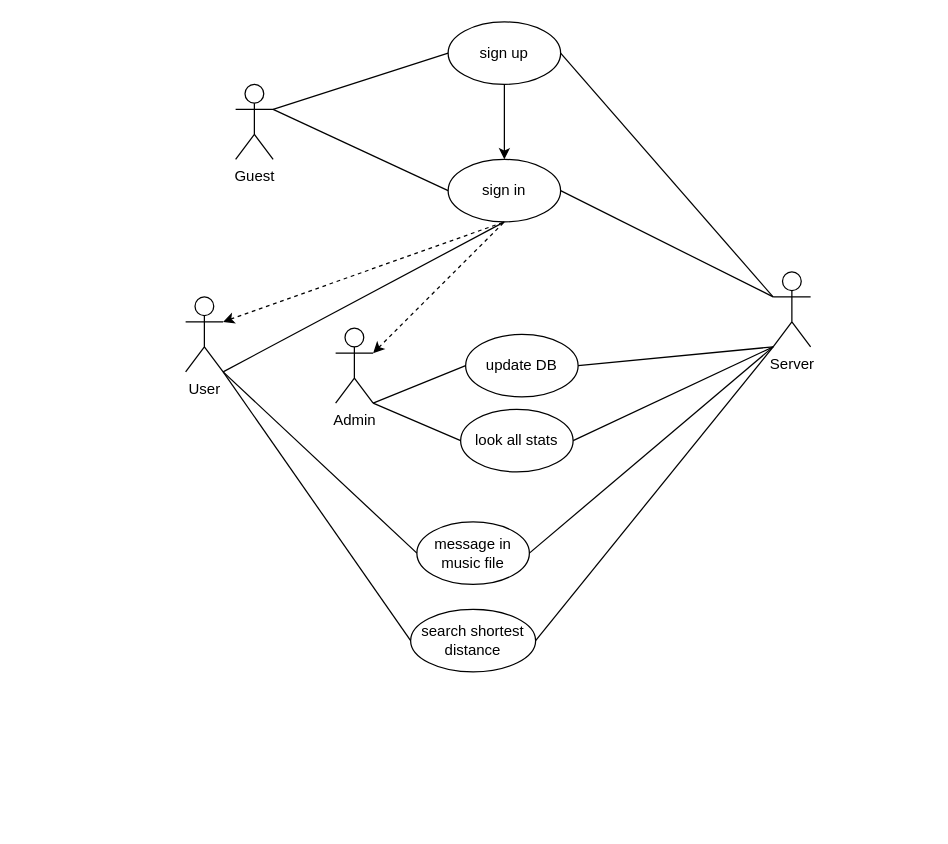
Before: UseCase_diagram.drawio in DenisMartyanov01/TaMP, a draw.io diagram. Source tidied: cells renumbered, new cells numbered last; positions are measured from the earlier drawing's top-left corner, leaving out a move shared by most shapes. Both pictures are drawn from the tidied source at 125%, with x=0, y=0 at pixel (185, 21).
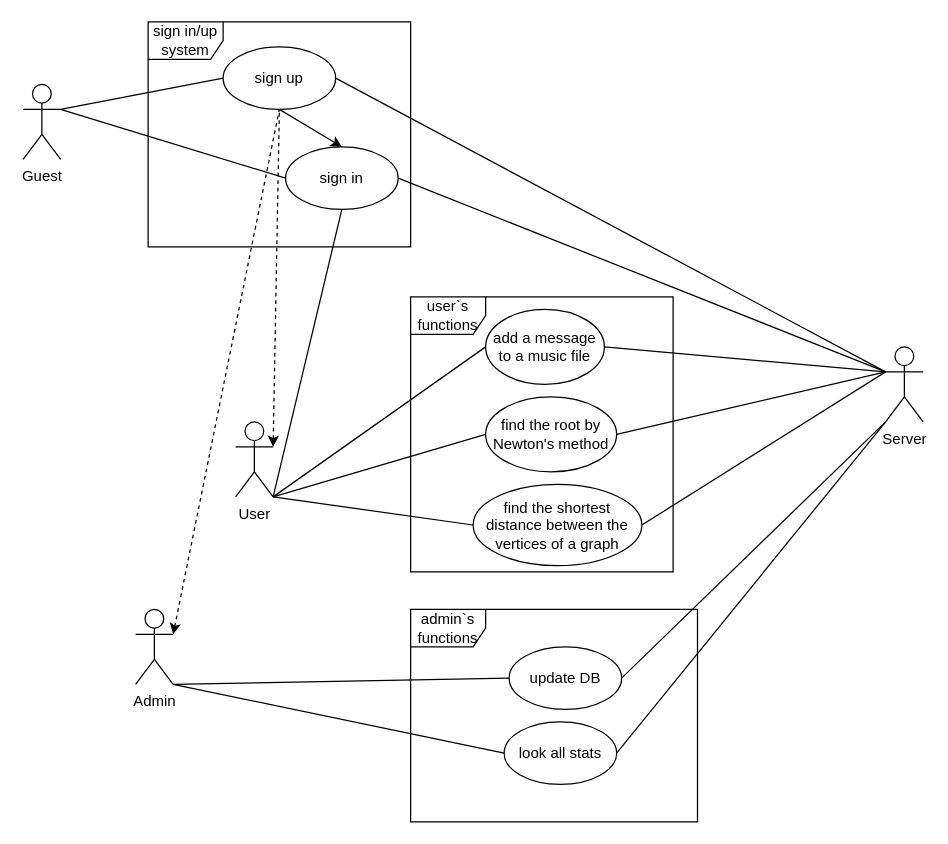
The same page after the edit.

Diff of the diagram source:
```diff
@@
     <mxCell id="2" value="Guest" style="shape=umlActor;verticalLabelPosition=bottom;verticalAlign=top;html=1;outlineConnect=0;" parent="1" vertex="1">
-      <mxGeometry x="40" y="50" width="30" height="60" as="geometry" />
+      <mxGeometry x="-130" y="50" width="30" height="60" as="geometry" />
     </mxCell>
     <mxCell id="3" value="User" style="shape=umlActor;verticalLabelPosition=bottom;verticalAlign=top;html=1;outlineConnect=0;" parent="1" vertex="1">
-      <mxGeometry y="220" width="30" height="60" as="geometry" />
+      <mxGeometry x="40" y="320" width="30" height="60" as="geometry" />
     </mxCell>
     <mxCell id="4" value="Admin" style="shape=umlActor;verticalLabelPosition=bottom;verticalAlign=top;html=1;outlineConnect=0;" parent="1" vertex="1">
-      <mxGeometry x="120" y="245" width="30" height="60" as="geometry" />
+      <mxGeometry x="-40" y="470" width="30" height="60" as="geometry" />
     </mxCell>
     <mxCell id="5" value="sign in" style="ellipse;whiteSpace=wrap;html=1;" parent="1" vertex="1">
-      <mxGeometry x="210" y="110" width="90" height="50" as="geometry" />
+      <mxGeometry x="80" y="100" width="90" height="50" as="geometry" />
     </mxCell>
     <mxCell id="6" value="sign up" style="ellipse;whiteSpace=wrap;html=1;" parent="1" vertex="1">
-      <mxGeometry x="210" width="90" height="50" as="geometry" />
+      <mxGeometry x="30" y="20" width="90" height="50" as="geometry" />
     </mxCell>
     <mxCell id="7" value="Server" style="shape=umlActor;verticalLabelPosition=bottom;verticalAlign=top;html=1;outlineConnect=0;" parent="1" vertex="1">
-      <mxGeometry x="470" y="200" width="30" height="60" as="geometry" />
+      <mxGeometry x="560" y="260" width="30" height="60" as="geometry" />
     </mxCell>
@@
-    <mxCell id="12" style="endArrow=none;dashed=1;html=1;rounded=0;entryX=0.5;entryY=1;entryDx=0;entryDy=0;exitX=1;exitY=0.3333333333333333;exitDx=0;exitDy=0;exitPerimeter=0;endFill=0;startArrow=classic;startFill=1;" parent="1" edge="1" source="3" target="5">
-      <mxGeometry relative="1" as="geometry" />
-    </mxCell>
-    <mxCell id="13" style="endArrow=none;dashed=1;html=1;rounded=0;entryX=0.5;entryY=1;entryDx=0;entryDy=0;exitX=1;exitY=0.3333333333333333;exitDx=0;exitDy=0;exitPerimeter=0;endFill=0;startArrow=classic;startFill=1;" parent="1" edge="1" source="4" target="5">
-      <mxGeometry relative="1" as="geometry" />
-    </mxCell>
@@
-    <mxCell id="15" value="message in music file" style="ellipse;whiteSpace=wrap;html=1;" parent="1" vertex="1">
-      <mxGeometry x="185" y="400" width="90" height="50" as="geometry" />
+    <mxCell id="15" value="add a message to a music file" style="ellipse;whiteSpace=wrap;html=1;" parent="1" vertex="1">
+      <mxGeometry x="240" y="230" width="95" height="60" as="geometry" />
     </mxCell>
-    <mxCell id="16" value="search shortest distance" style="ellipse;whiteSpace=wrap;html=1;" parent="1" vertex="1">
-      <mxGeometry x="180" y="470" width="100" height="50" as="geometry" />
+    <mxCell id="16" value="find the shortest distance between the vertices of a graph" style="ellipse;whiteSpace=wrap;html=1;" parent="1" vertex="1">
+      <mxGeometry x="230" y="370" width="135" height="65" as="geometry" />
     </mxCell>
@@
-    <mxCell id="19" style="endArrow=none;html=1;rounded=0;exitX=1;exitY=1;exitDx=0;exitDy=0;exitPerimeter=0;entryX=0.5;entryY=1;entryDx=0;entryDy=0;" parent="1" edge="1" source="3" target="5">
+    <mxCell id="19" style="endArrow=none;html=1;rounded=0;entryX=0.5;entryY=1;entryDx=0;entryDy=0;exitX=1;exitY=1;exitDx=0;exitDy=0;exitPerimeter=0;" parent="1" edge="1" source="3" target="5">
       <mxGeometry relative="1" as="geometry" />
     </mxCell>
-    <mxCell id="20" style="endArrow=none;html=1;rounded=0;entryX=1;entryY=0.5;entryDx=0;entryDy=0;exitX=0;exitY=1;exitDx=0;exitDy=0;exitPerimeter=0;" parent="1" edge="1" source="7" target="15">
+    <mxCell id="20" style="endArrow=none;html=1;rounded=0;entryX=1;entryY=0.5;entryDx=0;entryDy=0;exitX=0;exitY=0.3333333333333333;exitDx=0;exitDy=0;exitPerimeter=0;" parent="1" edge="1" source="7" target="15">
       <mxGeometry relative="1" as="geometry" />
     </mxCell>
-    <mxCell id="21" style="endArrow=none;html=1;rounded=0;entryX=1;entryY=0.5;entryDx=0;entryDy=0;" parent="1" edge="1" target="16">
-      <mxGeometry relative="1" as="geometry">
-        <mxPoint x="470" y="260" as="sourcePoint" />
-      </mxGeometry>
+    <mxCell id="21" style="endArrow=none;html=1;rounded=0;entryX=1;entryY=0.5;entryDx=0;entryDy=0;exitX=0;exitY=0.3333333333333333;exitDx=0;exitDy=0;exitPerimeter=0;" parent="1" edge="1" source="7" target="16">
+      <mxGeometry relative="1" as="geometry" />
     </mxCell>
     <mxCell id="22" value="update DB" style="ellipse;whiteSpace=wrap;html=1;" parent="1" vertex="1">
-      <mxGeometry x="224" y="250" width="90" height="50" as="geometry" />
+      <mxGeometry x="258.8" y="500" width="90" height="50" as="geometry" />
     </mxCell>
@@
     <mxCell id="25" value="look all stats" style="ellipse;whiteSpace=wrap;html=1;" parent="1" vertex="1">
-      <mxGeometry x="220" y="310" width="90" height="50" as="geometry" />
+      <mxGeometry x="254.8" y="560" width="90" height="50" as="geometry" />
     </mxCell>
@@
+    <mxCell id="28" value="sign in/up system" style="shape=umlFrame;whiteSpace=wrap;html=1;" parent="1" vertex="1">
+      <mxGeometry x="-30" width="210" height="180" as="geometry" />
+    </mxCell>
+    <mxCell id="29" value="user`s functions" style="shape=umlFrame;whiteSpace=wrap;html=1;" parent="1" vertex="1">
+      <mxGeometry x="180" y="220" width="210" height="220" as="geometry" />
+    </mxCell>
+    <mxCell id="30" value="admin`s functions" style="shape=umlFrame;whiteSpace=wrap;html=1;" parent="1" vertex="1">
+      <mxGeometry x="180" y="470" width="229.5" height="170" as="geometry" />
+    </mxCell>
+    <mxCell id="31" value="find the root by Newton's method" style="ellipse;whiteSpace=wrap;html=1;" parent="1" vertex="1">
+      <mxGeometry x="240" y="300" width="104.8" height="60" as="geometry" />
+    </mxCell>
+    <mxCell id="32" style="endArrow=none;html=1;rounded=0;entryX=1;entryY=1;entryDx=0;entryDy=0;entryPerimeter=0;exitX=0;exitY=0.5;exitDx=0;exitDy=0;" parent="1" edge="1" source="31" target="3">
+      <mxGeometry relative="1" as="geometry" />
+    </mxCell>
+    <mxCell id="33" style="endArrow=none;html=1;rounded=0;entryX=1;entryY=0.5;entryDx=0;entryDy=0;exitX=0;exitY=0.3333333333333333;exitDx=0;exitDy=0;exitPerimeter=0;" parent="1" edge="1" source="7" target="31">
+      <mxGeometry relative="1" as="geometry" />
+    </mxCell>
+    <mxCell id="34" style="endArrow=none;dashed=1;html=1;rounded=0;entryX=0.5;entryY=1;entryDx=0;entryDy=0;exitX=1;exitY=0.3333333333333333;exitDx=0;exitDy=0;exitPerimeter=0;startArrow=classic;startFill=1;" parent="1" edge="1" source="4" target="6">
+      <mxGeometry relative="1" as="geometry" />
+    </mxCell>
+    <mxCell id="35" style="endArrow=none;dashed=1;html=1;rounded=0;entryX=0.5;entryY=1;entryDx=0;entryDy=0;exitX=1;exitY=0.3333333333333333;exitDx=0;exitDy=0;exitPerimeter=0;startArrow=classic;startFill=1;" parent="1" edge="1" source="3" target="6">
+      <mxGeometry relative="1" as="geometry" />
+    </mxCell>
```
